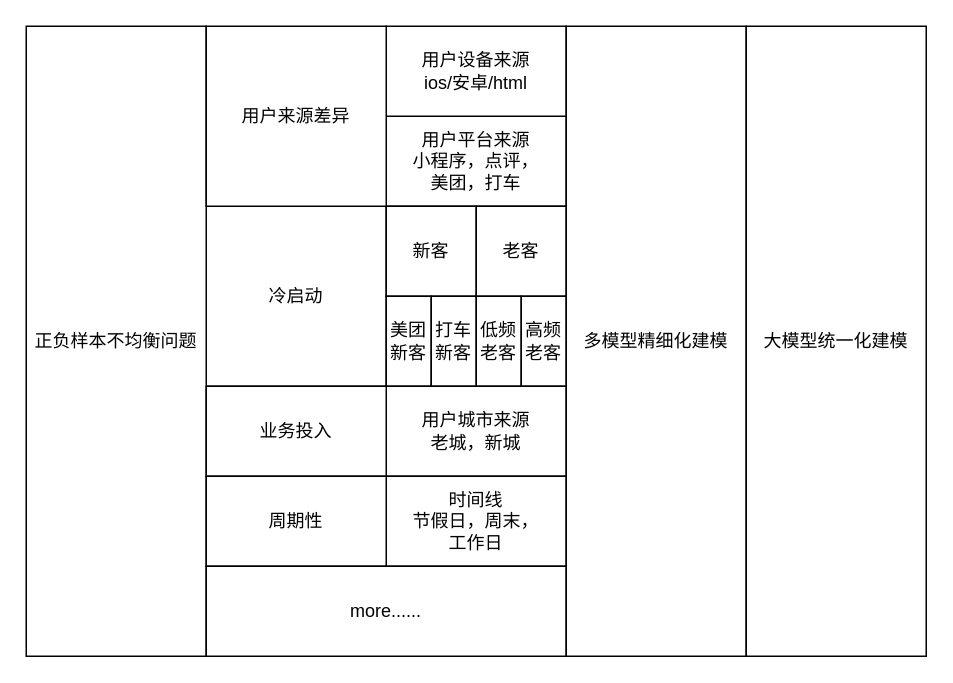
This is nopay_direct.drawio from dunkle/python_Learn, a draw.io file, before an edit. Source tidied: cells renumbered, new cells numbered last; positions are measured from the earlier drawing's top-left corner, leaving out a move shared by most shapes. Both pictures are drawn from the tidied source at 150%, with x=0, y=0 at pixel (26, 26).
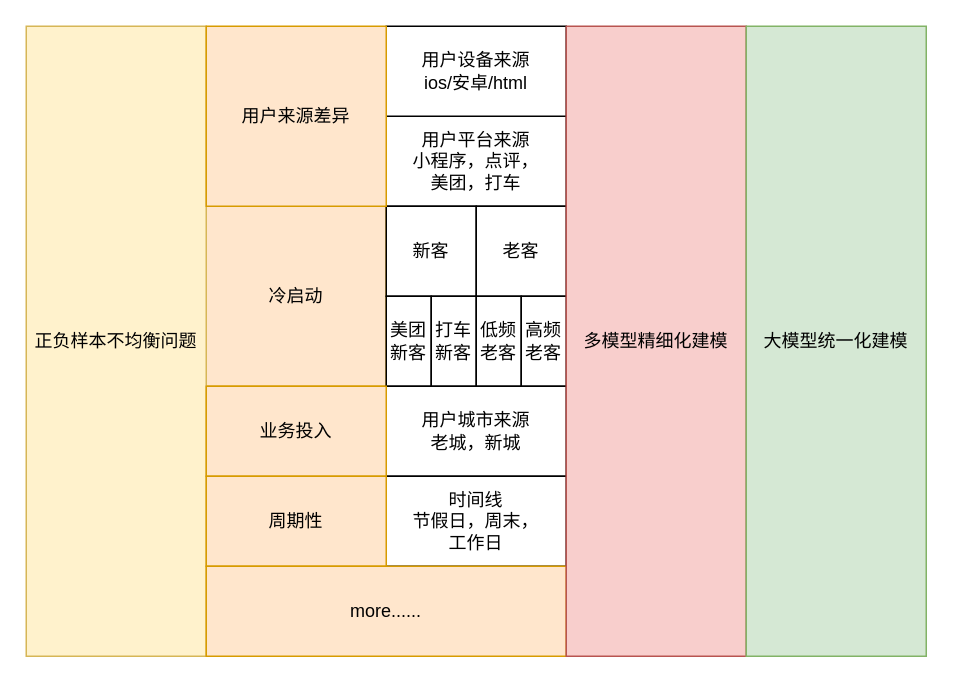
The same page after the edit.

What changed in the source:
```diff
@@
-    <mxCell id="2" value="冷启动" style="rounded=0;whiteSpace=wrap;html=1;" parent="1" vertex="1">
+    <mxCell id="2" value="冷启动" style="rounded=0;whiteSpace=wrap;html=1;fillColor=#ffe6cc;strokeColor=#d79b00;" parent="1" vertex="1">
       <mxGeometry x="120" y="120" width="120" height="120" as="geometry" />
     </mxCell>
@@
-    <mxCell id="4" value="正负样本不均衡问题" style="rounded=0;whiteSpace=wrap;html=1;" parent="1" vertex="1">
+    <mxCell id="4" value="正负样本不均衡问题" style="rounded=0;whiteSpace=wrap;html=1;fillColor=#fff2cc;strokeColor=#d6b656;" parent="1" vertex="1">
       <mxGeometry width="120" height="420" as="geometry" />
     </mxCell>
@@
-    <mxCell id="16" value="用户来源差异" style="rounded=0;whiteSpace=wrap;html=1;" parent="1" vertex="1">
+    <mxCell id="16" value="用户来源差异" style="rounded=0;whiteSpace=wrap;html=1;fillColor=#ffe6cc;strokeColor=#d79b00;" parent="1" vertex="1">
       <mxGeometry x="120" width="120" height="120" as="geometry" />
     </mxCell>
-    <mxCell id="17" value="业务投入" style="rounded=0;whiteSpace=wrap;html=1;" parent="1" vertex="1">
+    <mxCell id="17" value="业务投入" style="rounded=0;whiteSpace=wrap;html=1;fillColor=#ffe6cc;strokeColor=#d79b00;" parent="1" vertex="1">
       <mxGeometry x="120" y="240" width="120" height="60" as="geometry" />
     </mxCell>
-    <mxCell id="18" value="周期性" style="rounded=0;whiteSpace=wrap;html=1;" parent="1" vertex="1">
+    <mxCell id="18" value="周期性" style="rounded=0;whiteSpace=wrap;html=1;fillColor=#ffe6cc;strokeColor=#d79b00;" parent="1" vertex="1">
       <mxGeometry x="120" y="300" width="120" height="60" as="geometry" />
     </mxCell>
-    <mxCell id="19" value="more......" style="rounded=0;whiteSpace=wrap;html=1;" parent="1" vertex="1">
+    <mxCell id="19" value="more......" style="rounded=0;whiteSpace=wrap;html=1;fillColor=#ffe6cc;strokeColor=#d79b00;" parent="1" vertex="1">
       <mxGeometry x="120" y="360" width="240" height="60" as="geometry" />
     </mxCell>
-    <mxCell id="20" value="多模型精细化建模" style="rounded=0;whiteSpace=wrap;html=1;" parent="1" vertex="1">
+    <mxCell id="20" value="多模型精细化建模" style="rounded=0;whiteSpace=wrap;html=1;fillColor=#f8cecc;strokeColor=#b85450;" parent="1" vertex="1">
       <mxGeometry x="360" width="120" height="420" as="geometry" />
     </mxCell>
-    <mxCell id="21" value="大模型统一化建模" style="rounded=0;whiteSpace=wrap;html=1;" parent="1" vertex="1">
+    <mxCell id="21" value="大模型统一化建模" style="rounded=0;whiteSpace=wrap;html=1;fillColor=#d5e8d4;strokeColor=#82b366;" parent="1" vertex="1">
       <mxGeometry x="480" width="120" height="420" as="geometry" />
     </mxCell>
```
